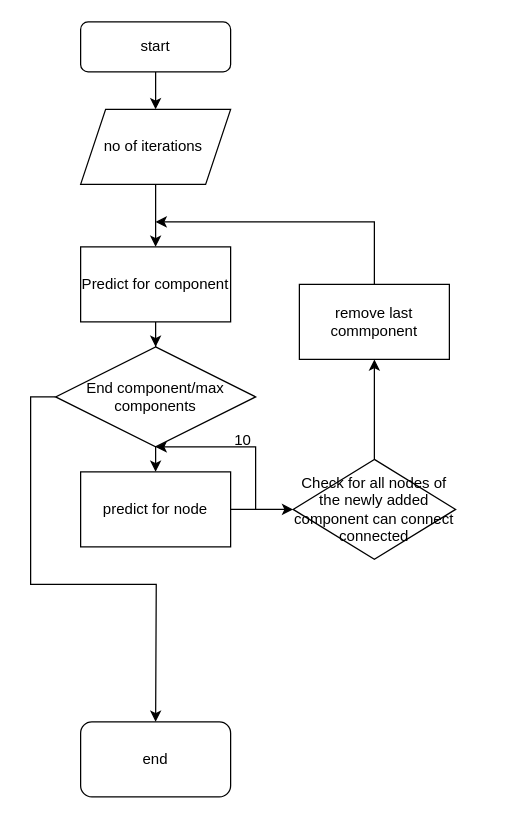
Earlier version of the draw.io diagram Untitled Diagram.drawio (praveen2k2/praveen2k2). Source tidied: cells renumbered, new cells numbered last; positions are measured from the earlier drawing's top-left corner, leaving out a move shared by most shapes. Both pictures are drawn from the tidied source at 125%, with x=0, y=0 at pixel (55, 21).
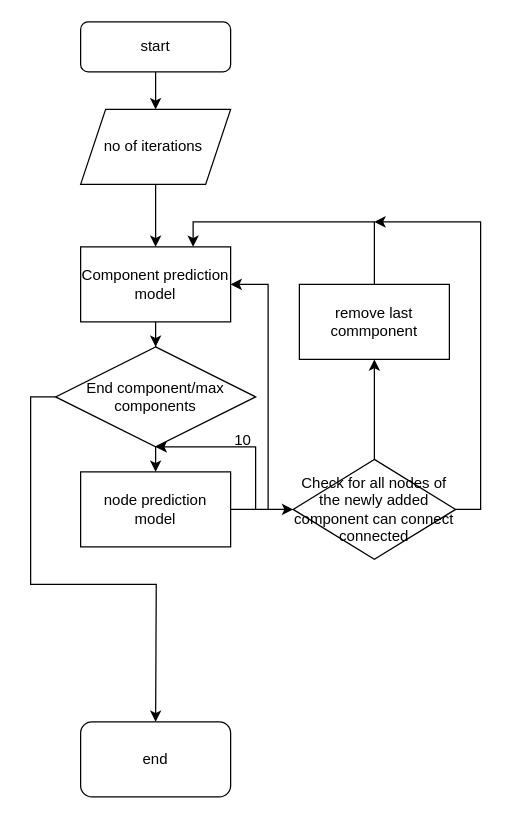
The same diagram, later.

The change refers to these unchanged cells:
```xml
<mxCell id="8" value="Check for all nodes of the newly added component can connect connected" style="rhombus;whiteSpace=wrap;html=1;" parent="1" vertex="1">
  <mxGeometry x="190" y="350" width="130" height="80" as="geometry" />
</mxCell>
<mxCell id="10" value="remove last commponent" style="whiteSpace=wrap;html=1;" parent="1" vertex="1">
  <mxGeometry x="195" y="210" width="120" height="60" as="geometry" />
</mxCell>
```

What changed in the source:
```diff
@@
-    <mxCell id="9" style="edgeStyle=orthogonalEdgeStyle;rounded=0;jettySize=auto;html=1;exitX=0.5;exitY=0;exitDx=0;exitDy=0;" parent="1" edge="1" source="10">
+    <mxCell id="9" style="edgeStyle=orthogonalEdgeStyle;rounded=0;jettySize=auto;html=1;exitX=0.5;exitY=0;exitDx=0;exitDy=0;entryX=0.75;entryY=0;entryDx=0;entryDy=0;" parent="1" edge="1" source="10" target="12">
       <mxGeometry relative="1" as="geometry">
-        <mxPoint x="80" y="160" as="targetPoint" />
         <Array as="points">
           <mxPoint x="255" y="160" />
+          <mxPoint x="110" y="160" />
         </Array>
       </mxGeometry>
     </mxCell>
@@
-    <mxCell id="12" value="Predict for component" style="rounded=0;whiteSpace=wrap;html=1;" parent="1" vertex="1">
+    <mxCell id="12" value="Component prediction model" style="rounded=0;whiteSpace=wrap;html=1;" parent="1" vertex="1">
       <mxGeometry x="20" y="180" width="120" height="60" as="geometry" />
     </mxCell>
-    <mxCell id="13" value="predict for node" style="rounded=0;whiteSpace=wrap;html=1;" parent="1" vertex="1">
+    <mxCell id="13" value="node prediction model" style="rounded=0;whiteSpace=wrap;html=1;" parent="1" vertex="1">
       <mxGeometry x="20" y="360" width="120" height="60" as="geometry" />
     </mxCell>
@@
+    <mxCell id="20" style="endArrow=classic;html=1;rounded=0;entryX=1;entryY=0.5;entryDx=0;entryDy=0;" parent="1" edge="1" target="12">
+      <mxGeometry relative="1" as="geometry">
+        <mxPoint x="170" y="390" as="sourcePoint" />
+        <Array as="points">
+          <mxPoint x="170" y="210" />
+        </Array>
+      </mxGeometry>
+    </mxCell>
+    <mxCell id="21" style="endArrow=classic;html=1;rounded=0;exitX=1;exitY=0.5;exitDx=0;exitDy=0;" parent="1" edge="1" source="8">
+      <mxGeometry relative="1" as="geometry">
+        <mxPoint x="255" y="160" as="targetPoint" />
+        <Array as="points">
+          <mxPoint x="340" y="390" />
+          <mxPoint x="340" y="160" />
+        </Array>
+      </mxGeometry>
+    </mxCell>
```
